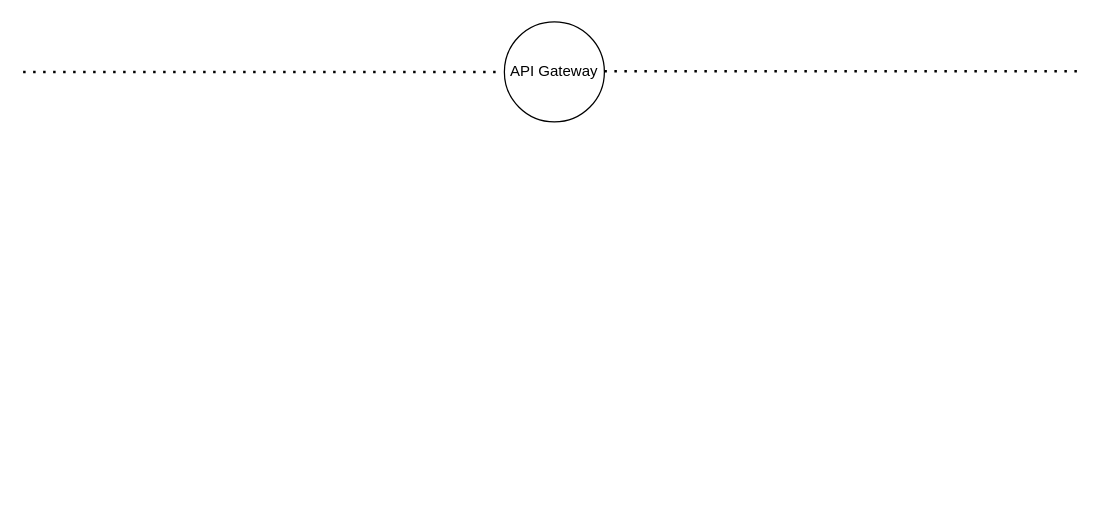
Above: documentation/RabbitMQChanells.drawio in IvoRum/Inkterest (draw.io), before the change. Source tidied: cells renumbered, new cells numbered last; positions are measured from the earlier drawing's top-left corner, leaving out a move shared by most shapes. Both pictures are drawn from the tidied source at 125%, with x=0, y=0 at pixel (22, 21).
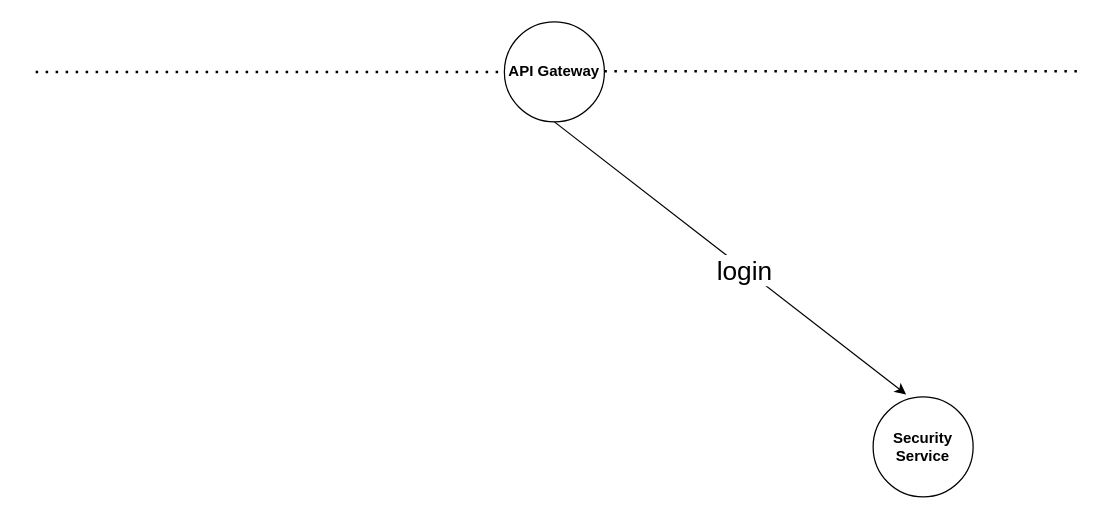
After the change.

Diff of the diagram source:
```diff
@@
 <mxGraphModel>
   <root>
     <mxCell id="0" />
     <mxCell id="1" parent="0" />
-    <mxCell id="2" value="API Gateway" style="ellipse;whiteSpace=wrap;html=1;" parent="1" vertex="1">
+    <mxCell id="2" value="&lt;b&gt;API Gateway&lt;/b&gt;" style="ellipse;whiteSpace=wrap;html=1;" parent="1" vertex="1">
       <mxGeometry x="385" width="80" height="80" as="geometry" />
     </mxCell>
     <mxCell id="3" style="endArrow=none;dashed=1;html=1;dashPattern=1 3;strokeWidth=2;rounded=0;" parent="1" edge="1">
       <mxGeometry relative="1" as="geometry">
-        <mxPoint y="40" as="sourcePoint" />
+        <mxPoint x="10" y="40" as="sourcePoint" />
         <mxPoint x="380" y="40" as="targetPoint" />
       </mxGeometry>
     </mxCell>
     <mxCell id="4" style="endArrow=none;dashed=1;html=1;dashPattern=1 3;strokeWidth=2;rounded=0;" parent="1" edge="1">
       <mxGeometry relative="1" as="geometry">
         <mxPoint x="465" y="39.5" as="sourcePoint" />
         <mxPoint x="845" y="39.5" as="targetPoint" />
       </mxGeometry>
     </mxCell>
+    <mxCell id="5" value="&lt;b&gt;Security&lt;br&gt;Service&lt;/b&gt;" style="ellipse;whiteSpace=wrap;html=1;" parent="1" vertex="1">
+      <mxGeometry x="680" y="300" width="80" height="80" as="geometry" />
+    </mxCell>
+    <mxCell id="6" style="endArrow=classic;html=1;rounded=0;exitX=0.5;exitY=1;exitDx=0;exitDy=0;entryX=0.33;entryY=-0.025;entryDx=0;entryDy=0;entryPerimeter=0;" parent="1" edge="1" source="2" target="5">
+      <mxGeometry relative="1" as="geometry" />
+    </mxCell>
+    <mxCell id="7" value="&lt;font style=&quot;font-size: 21px;&quot;&gt;login&lt;/font&gt;" style="edgeLabel;html=1;align=center;verticalAlign=middle;" parent="6" vertex="1">
+      <mxGeometry x="0.08" y="-1" relative="1" as="geometry" />
+    </mxCell>
   </root>
 </mxGraphModel>
```
